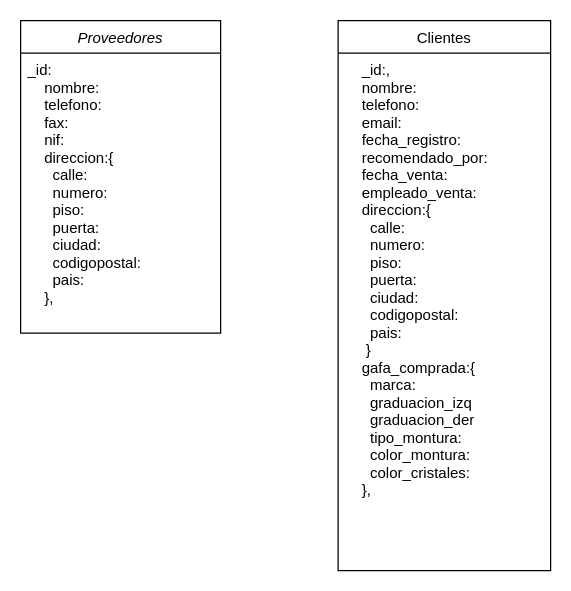
zeleugim88/mongoDB-estructura keeps this draw.io diagram as optica_db.drawio. Above is the earlier version. Source tidied: cells renumbered, new cells numbered last; positions are measured from the earlier drawing's top-left corner, leaving out a move shared by most shapes. Both pictures are drawn from the tidied source at 125%, with x=0, y=0 at pixel (20, 20).
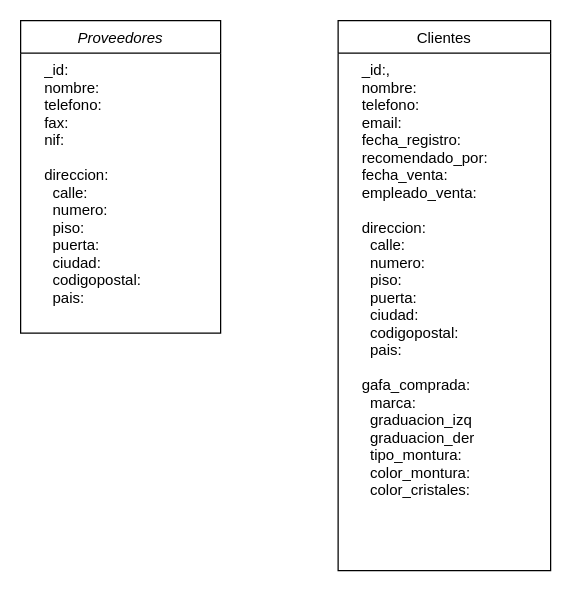
The same page after the edit.

Diff of the diagram source:
```diff
@@
 <mxGraphModel>
   <root>
     <mxCell id="0" />
     <mxCell id="1" parent="0" />
     <mxCell id="2" value="Proveedores" style="swimlane;fontStyle=2;align=center;verticalAlign=top;horizontal=1;startSize=26;rounded=0;shadow=0;strokeWidth=1;" parent="1" vertex="1">
       <mxGeometry width="160" height="250" as="geometry" />
     </mxCell>
-    <mxCell id="3" value="_id:    &#10;    nombre: &#10;    telefono: &#10;    fax:&#10;    nif: &#10;    direccion:{&#10;      calle: &#10;      numero: &#10;      piso:&#10;      puerta:&#10;      ciudad: &#10;      codigopostal: &#10;      pais: &#10;    },&#10;    &#10;&#10;" style="text;align=left;verticalAlign=top;spacingLeft=4;spacingRight=4;overflow=hidden;" parent="2" vertex="1">
+    <mxCell id="3" value="    _id:    &#10;    nombre: &#10;    telefono: &#10;    fax:&#10;    nif: &#10;&#10;    direccion:&#10;      calle: &#10;      numero: &#10;      piso:&#10;      puerta:&#10;      ciudad: &#10;      codigopostal: &#10;      pais: &#10;    &#10;    &#10;&#10;" style="text;align=left;verticalAlign=top;spacingLeft=4;spacingRight=4;overflow=hidden;" parent="2" vertex="1">
       <mxGeometry y="26" width="160" height="214" as="geometry" />
     </mxCell>
     <mxCell id="4" value="Clientes" style="swimlane;fontStyle=0;align=center;verticalAlign=top;horizontal=1;startSize=26;rounded=0;shadow=0;strokeWidth=1;" parent="1" vertex="1">
       <mxGeometry x="254" width="170" height="440" as="geometry" />
     </mxCell>
-    <mxCell id="5" value="    _id:,&#10;    nombre: &#10;    telefono: &#10;    email: &#10;    fecha_registro: &#10;    recomendado_por: &#10;    fecha_venta: &#10;    empleado_venta: &#10;    direccion:{&#10;      calle: &#10;      numero:&#10;      piso: &#10;      puerta: &#10;      ciudad: &#10;      codigopostal: &#10;      pais:&#10;     }&#10;    gafa_comprada:{&#10;      marca: &#10;      graduacion_izq&#10;      graduacion_der&#10;      tipo_montura: &#10;      color_montura:&#10;      color_cristales:&#10;    },&#10;" style="text;align=left;verticalAlign=top;spacingLeft=4;spacingRight=4;overflow=hidden;" parent="4" vertex="1">
+    <mxCell id="5" value="    _id:,&#10;    nombre: &#10;    telefono: &#10;    email: &#10;    fecha_registro: &#10;    recomendado_por: &#10;    fecha_venta: &#10;    empleado_venta:&#10; &#10;    direccion:&#10;      calle: &#10;      numero:&#10;      piso: &#10;      puerta: &#10;      ciudad: &#10;      codigopostal: &#10;      pais:&#10;     &#10;    gafa_comprada:&#10;      marca: &#10;      graduacion_izq&#10;      graduacion_der&#10;      tipo_montura: &#10;      color_montura:&#10;      color_cristales:&#10;   &#10;" style="text;align=left;verticalAlign=top;spacingLeft=4;spacingRight=4;overflow=hidden;" parent="4" vertex="1">
       <mxGeometry y="26" width="170" height="414" as="geometry" />
     </mxCell>
   </root>
 </mxGraphModel>
```
